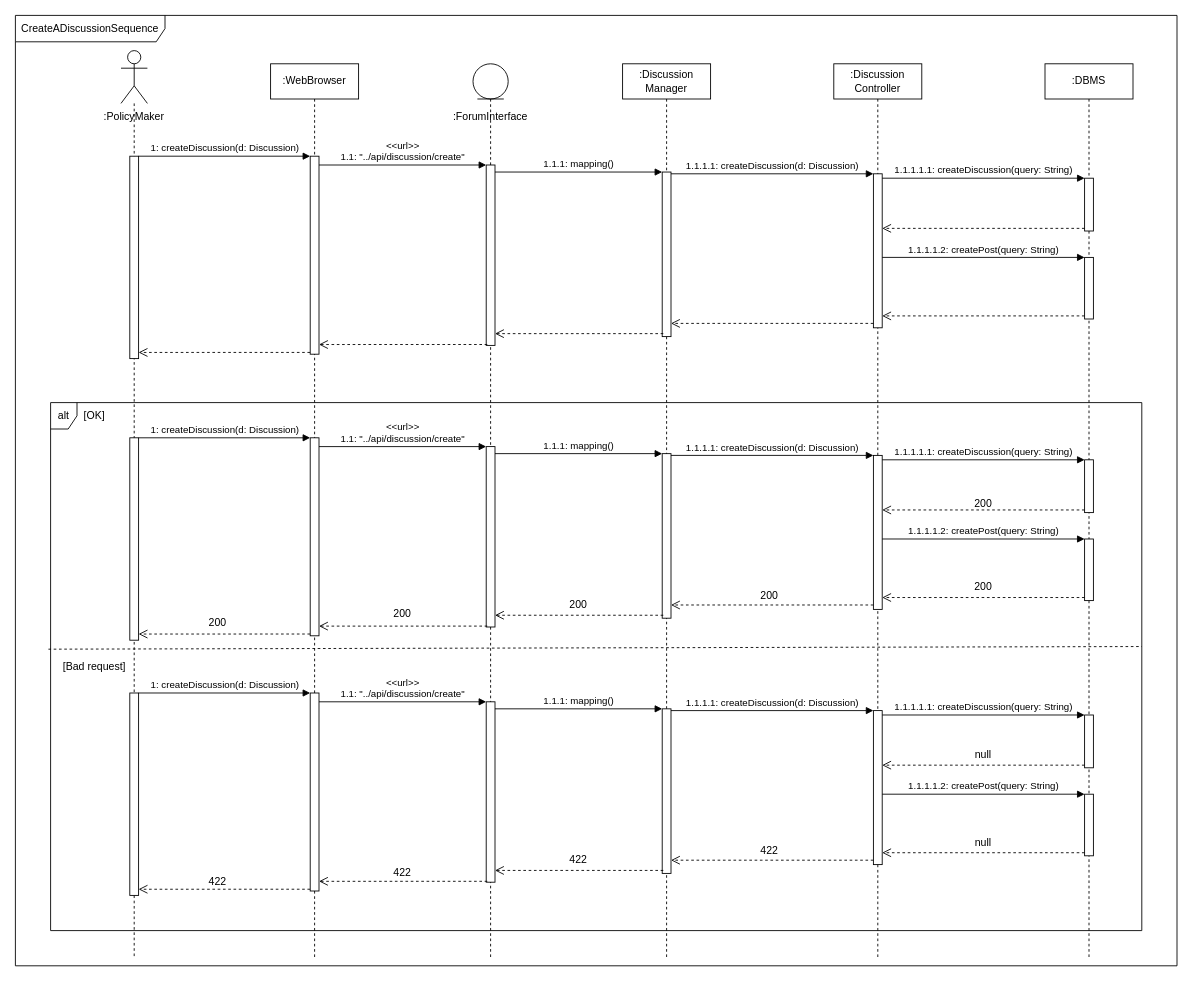
The draw.io diagram page "CreateADiscussion" (8 of 18) of DD Diagrams/RunTimeViewDiagram.drawio in matteovisotto/SE2-CecchettoSirianiVisotto, before the edit. Source tidied: cells renumbered, new cells numbered last; positions are measured from the earlier drawing's top-left corner, leaving out a move shared by most shapes. Both pictures are drawn from the tidied source at 88%, with x=0, y=0 at pixel (15, 15).
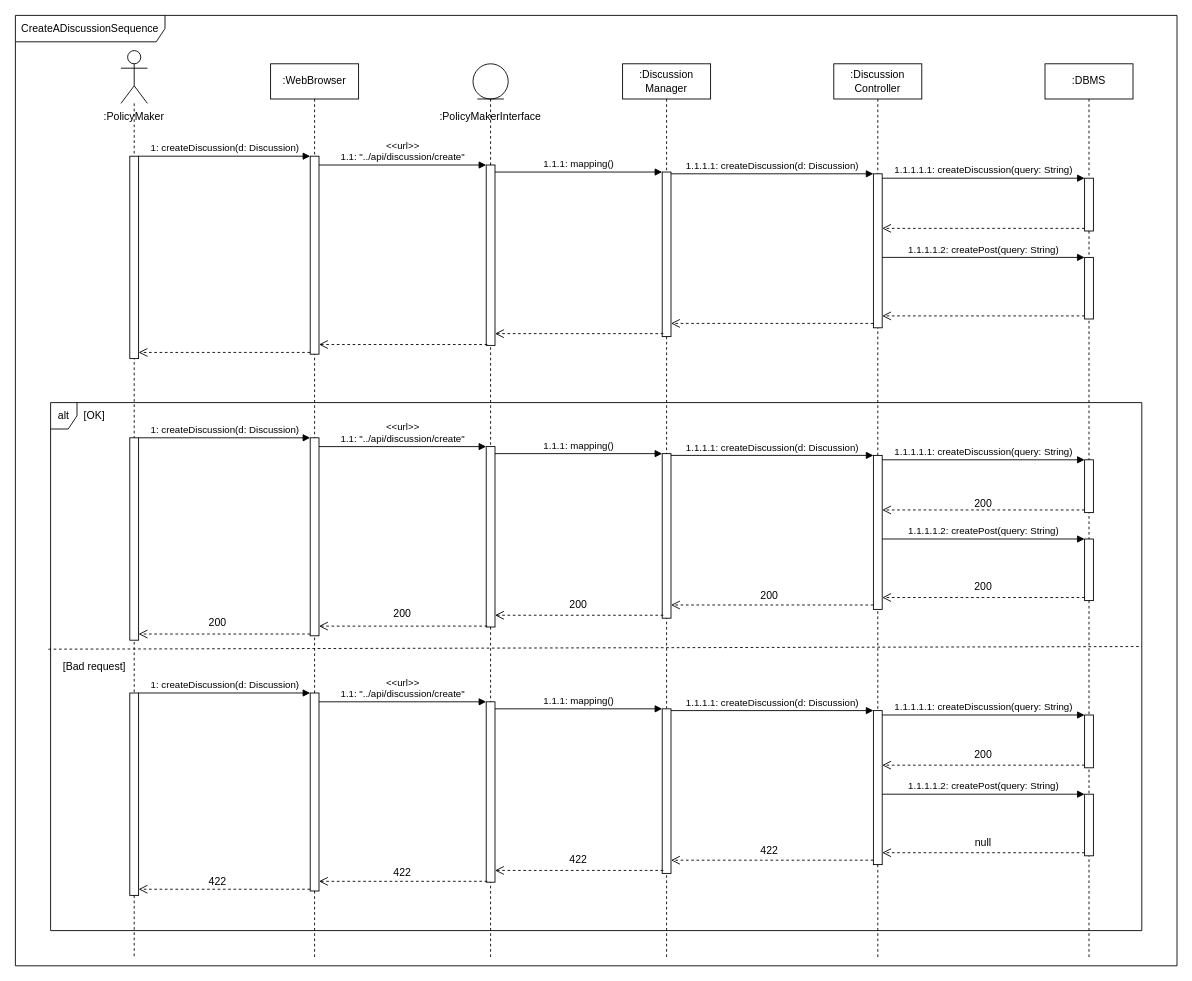
The same page after the edit.

The edit, as a diff of the source:
```diff
@@
-    <mxCell id="37" value=":ForumInterface" style="text;html=1;strokeColor=none;fillColor=none;align=center;verticalAlign=middle;whiteSpace=wrap;rounded=0;" parent="1" vertex="1">
+    <mxCell id="37" value=":PolicyMakerInterface" style="text;html=1;strokeColor=none;fillColor=none;align=center;verticalAlign=middle;whiteSpace=wrap;rounded=0;" parent="1" vertex="1">
       <mxGeometry x="495" y="100" width="90" height="30" as="geometry" />
     </mxCell>
@@
-    <mxCell id="79" value="null" style="text;html=1;strokeColor=none;fillColor=none;align=center;verticalAlign=middle;whiteSpace=wrap;rounded=0;" parent="1" vertex="1">
+    <mxCell id="79" value="200" style="text;html=1;strokeColor=none;fillColor=none;align=center;verticalAlign=middle;whiteSpace=wrap;rounded=0;" parent="1" vertex="1">
       <mxGeometry x="1070" y="830" width="60" height="20" as="geometry" />
     </mxCell>
```
